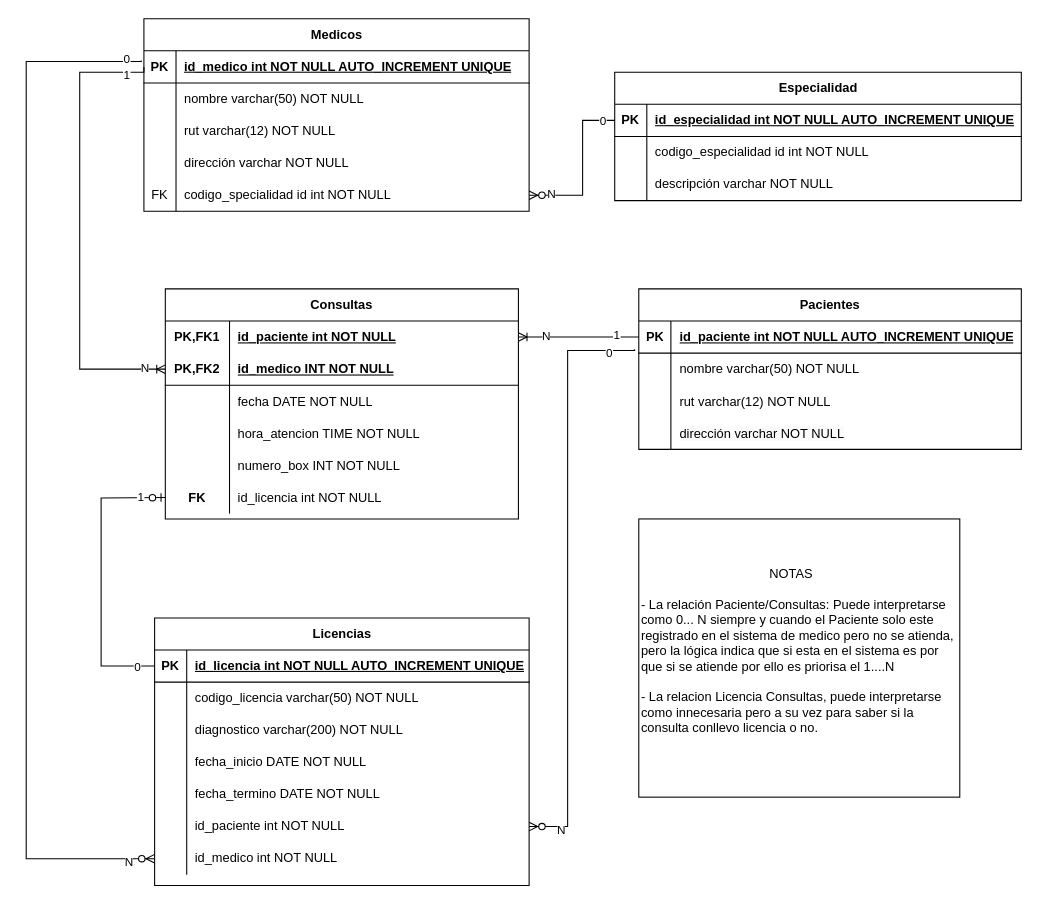
Earlier version of the draw.io diagram page "Modelo Fisico" (1 of 2) of Modelos Entidad-Relación.drawio (gperzal/Desafiio-Modelos-Entidad-Relacion-y-Relacional). Source tidied: cells renumbered, new cells numbered last; positions are measured from the earlier drawing's top-left corner, leaving out a move shared by most shapes. Both pictures are drawn from the tidied source at 107%, with x=0, y=0 at pixel (26, 18).
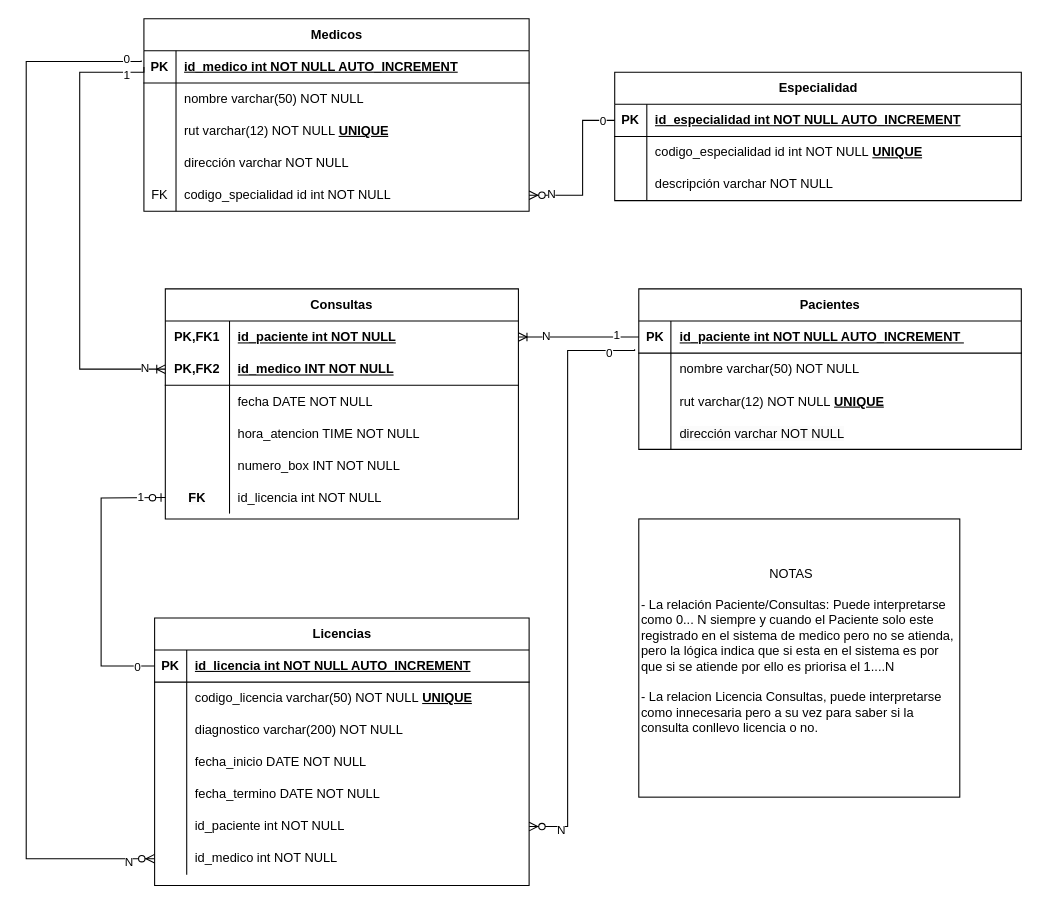
After the change.

Unchanged cells that the change refers to:
```xml
<mxCell id="3" style="shape=tableRow;horizontal=0;startSize=0;swimlaneHead=0;swimlaneBody=0;fillColor=none;points=[[0,0.5],[1,0.5]];portConstraint=eastwest;top=0;left=0;right=0;bottom=1;" parent="2" vertex="1">
  <mxGeometry y="30" width="357.5" height="30" as="geometry" />
</mxCell>
<mxCell id="9" style="shape=tableRow;horizontal=0;startSize=0;swimlaneHead=0;swimlaneBody=0;fillColor=none;top=0;left=0;right=0;bottom=0;" parent="2" vertex="1">
  <mxGeometry y="90" width="357.5" height="30" as="geometry" />
</mxCell>
<mxCell id="16" style="shape=tableRow;horizontal=0;startSize=0;swimlaneHead=0;swimlaneBody=0;fillColor=none;points=[[0,0.5],[1,0.5]];portConstraint=eastwest;top=0;left=0;right=0;bottom=1;" parent="15" vertex="1">
  <mxGeometry y="30" width="360" height="30" as="geometry" />
</mxCell>
<mxCell id="22" style="shape=tableRow;horizontal=0;startSize=0;swimlaneHead=0;swimlaneBody=0;fillColor=none;top=0;left=0;right=0;bottom=0;" parent="15" vertex="1">
  <mxGeometry y="90" width="360" height="30" as="geometry" />
</mxCell>
<mxCell id="32" style="shape=tableRow;horizontal=0;startSize=0;swimlaneHead=0;swimlaneBody=0;fillColor=none;points=[[0,0.5],[1,0.5]];portConstraint=eastwest;top=0;left=0;right=0;bottom=1;" parent="31" vertex="1">
  <mxGeometry y="30" width="380" height="30" as="geometry" />
</mxCell>
<mxCell id="35" style="shape=tableRow;horizontal=0;startSize=0;swimlaneHead=0;swimlaneBody=0;fillColor=none;top=0;left=0;right=0;bottom=0;" parent="31" vertex="1">
  <mxGeometry y="60" width="380" height="30" as="geometry" />
</mxCell>
<mxCell id="48" style="shape=tableRow;horizontal=0;startSize=0;swimlaneHead=0;swimlaneBody=0;fillColor=none;points=[[0,0.5],[1,0.5]];portConstraint=eastwest;top=0;left=0;right=0;bottom=1;" parent="47" vertex="1">
  <mxGeometry y="30" width="350" height="30" as="geometry" />
</mxCell>
<mxCell id="51" style="shape=tableRow;horizontal=0;startSize=0;swimlaneHead=0;swimlaneBody=0;fillColor=none;top=0;left=0;right=0;bottom=0;" parent="47" vertex="1">
  <mxGeometry y="60" width="350" height="30" as="geometry" />
</mxCell>
```

Diff of the diagram source:
```diff
@@
-    <mxCell id="5" value="id_paciente int NOT NULL AUTO_INCREMENT UNIQUE" style="shape=partialRectangle;fillColor=none;top=0;left=0;bottom=0;right=0;align=left;spacingLeft=6;fontStyle=5;overflow=hidden;whiteSpace=wrap;html=1;" parent="3" vertex="1">
+    <mxCell id="5" value="id_paciente int NOT NULL AUTO_INCREMENT&amp;nbsp;" style="shape=partialRectangle;fillColor=none;top=0;left=0;bottom=0;right=0;align=left;spacingLeft=6;fontStyle=5;overflow=hidden;whiteSpace=wrap;html=1;" parent="3" vertex="1">
       <mxGeometry x="30" width="327.5" height="30" as="geometry" />
     </mxCell>
@@
-    <mxCell id="11" value="rut varchar(12) NOT NULL" style="shape=partialRectangle;fillColor=none;top=0;left=0;bottom=0;right=0;align=left;spacingLeft=6;overflow=hidden;whiteSpace=wrap;html=1;" parent="9" vertex="1">
+    <mxCell id="11" value="rut varchar(12) NOT NULL&amp;nbsp;&lt;span style=&quot;font-weight: 700; text-decoration-line: underline;&quot;&gt;UNIQUE&lt;/span&gt;" style="shape=partialRectangle;fillColor=none;top=0;left=0;bottom=0;right=0;align=left;spacingLeft=6;overflow=hidden;whiteSpace=wrap;html=1;" parent="9" vertex="1">
       <mxGeometry x="30" width="327.5" height="30" as="geometry" />
     </mxCell>
@@
-    <mxCell id="18" value="id_medico&amp;nbsp;int NOT NULL AUTO_INCREMENT UNIQUE" style="shape=partialRectangle;fillColor=none;top=0;left=0;bottom=0;right=0;align=left;spacingLeft=6;fontStyle=5;overflow=hidden;whiteSpace=wrap;html=1;" parent="16" vertex="1">
+    <mxCell id="18" value="id_medico&amp;nbsp;int NOT NULL AUTO_INCREMENT" style="shape=partialRectangle;fillColor=none;top=0;left=0;bottom=0;right=0;align=left;spacingLeft=6;fontStyle=5;overflow=hidden;whiteSpace=wrap;html=1;" parent="16" vertex="1">
       <mxGeometry x="30" width="330" height="30" as="geometry" />
     </mxCell>
@@
-    <mxCell id="24" value="rut varchar(12) NOT NULL" style="shape=partialRectangle;fillColor=none;top=0;left=0;bottom=0;right=0;align=left;spacingLeft=6;overflow=hidden;whiteSpace=wrap;html=1;" parent="22" vertex="1">
+    <mxCell id="24" value="rut varchar(12) NOT NULL&amp;nbsp;&lt;span style=&quot;font-weight: 700; text-decoration-line: underline;&quot;&gt;UNIQUE&lt;/span&gt;" style="shape=partialRectangle;fillColor=none;top=0;left=0;bottom=0;right=0;align=left;spacingLeft=6;overflow=hidden;whiteSpace=wrap;html=1;" parent="22" vertex="1">
       <mxGeometry x="30" width="330" height="30" as="geometry" />
     </mxCell>
@@
-    <mxCell id="34" value="id_especialidad int NOT NULL AUTO_INCREMENT UNIQUE" style="shape=partialRectangle;fillColor=none;top=0;left=0;bottom=0;right=0;align=left;spacingLeft=6;fontStyle=5;overflow=hidden;whiteSpace=wrap;html=1;" parent="32" vertex="1">
+    <mxCell id="34" value="id_especialidad int NOT NULL AUTO_INCREMENT" style="shape=partialRectangle;fillColor=none;top=0;left=0;bottom=0;right=0;align=left;spacingLeft=6;fontStyle=5;overflow=hidden;whiteSpace=wrap;html=1;" parent="32" vertex="1">
       <mxGeometry x="30" width="350" height="30" as="geometry" />
     </mxCell>
@@
-    <mxCell id="37" value="codigo_especialidad&amp;nbsp;id&amp;nbsp;int NOT NULL" style="shape=partialRectangle;fillColor=none;top=0;left=0;bottom=0;right=0;align=left;spacingLeft=6;overflow=hidden;whiteSpace=wrap;html=1;" parent="35" vertex="1">
+    <mxCell id="37" value="codigo_especialidad&amp;nbsp;id&amp;nbsp;int NOT NULL&amp;nbsp;&lt;span style=&quot;font-weight: 700; text-decoration-line: underline;&quot;&gt;UNIQUE&lt;/span&gt;" style="shape=partialRectangle;fillColor=none;top=0;left=0;bottom=0;right=0;align=left;spacingLeft=6;overflow=hidden;whiteSpace=wrap;html=1;" parent="35" vertex="1">
       <mxGeometry x="30" width="350" height="30" as="geometry" />
     </mxCell>
@@
-    <mxCell id="50" value="id_licencia int NOT NULL AUTO_INCREMENT UNIQUE" style="shape=partialRectangle;fillColor=none;top=0;left=0;bottom=0;right=0;align=left;spacingLeft=6;fontStyle=5;overflow=hidden;whiteSpace=wrap;html=1;" parent="48" vertex="1">
+    <mxCell id="50" value="id_licencia int NOT NULL AUTO_INCREMENT" style="shape=partialRectangle;fillColor=none;top=0;left=0;bottom=0;right=0;align=left;spacingLeft=6;fontStyle=5;overflow=hidden;whiteSpace=wrap;html=1;" parent="48" vertex="1">
       <mxGeometry x="30" width="320" height="30" as="geometry" />
     </mxCell>
@@
-    <mxCell id="53" value="codigo_licencia varchar(50) NOT NULL" style="shape=partialRectangle;fillColor=none;top=0;left=0;bottom=0;right=0;align=left;spacingLeft=6;overflow=hidden;whiteSpace=wrap;html=1;" parent="51" vertex="1">
+    <mxCell id="53" value="codigo_licencia varchar(50) NOT NULL&amp;nbsp;&lt;span style=&quot;font-weight: 700; text-decoration-line: underline;&quot;&gt;UNIQUE&lt;/span&gt;" style="shape=partialRectangle;fillColor=none;top=0;left=0;bottom=0;right=0;align=left;spacingLeft=6;overflow=hidden;whiteSpace=wrap;html=1;" parent="51" vertex="1">
       <mxGeometry x="30" width="320" height="30" as="geometry" />
     </mxCell>
```
